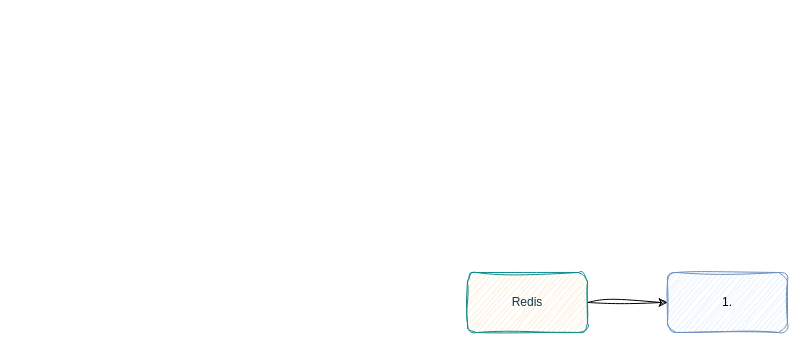
3anLouYouGu1/JavaReview keeps this draw.io diagram as 50.Redis/Redis.drawio. Above is the earlier version. Source tidied: cells renumbered, new cells numbered last; positions are measured from the earlier drawing's top-left corner, leaving out a move shared by most shapes. Both pictures are drawn from the tidied source at 100%, with x=0, y=0 at pixel (467, 272).
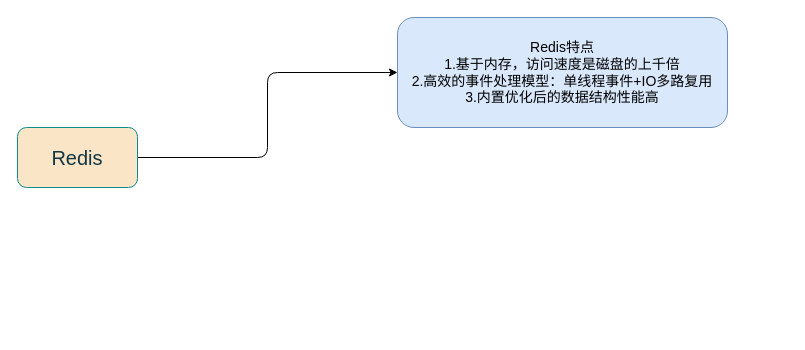
The same page after the edit.

Change to the diagram source:
```diff
@@
 <mxGraphModel>
   <root>
     <mxCell id="0" />
     <mxCell id="1" parent="0" />
-    <mxCell id="2" style="edgeStyle=orthogonalEdgeStyle;rounded=1;sketch=1;hachureGap=4;jiggle=2;curveFitting=1;jettySize=auto;html=1;" parent="1" edge="1" source="3" target="4">
+    <mxCell id="2" style="edgeStyle=orthogonalEdgeStyle;rounded=1;hachureGap=4;jettySize=auto;html=1;" parent="1" edge="1" source="3" target="4">
       <mxGeometry relative="1" as="geometry" />
     </mxCell>
-    <mxCell id="3" value="Redis" style="rounded=1;whiteSpace=wrap;html=1;labelBackgroundColor=none;fillColor=#FAE5C7;strokeColor=#0F8B8D;fontColor=#143642;sketch=1;curveFitting=1;jiggle=2;" parent="1" vertex="1">
-      <mxGeometry width="120" height="60" as="geometry" />
+    <mxCell id="3" value="&lt;font style=&quot;font-size: 20px;&quot;&gt;Redis&lt;/font&gt;" style="rounded=1;whiteSpace=wrap;html=1;labelBackgroundColor=none;fillColor=#FAE5C7;strokeColor=#0F8B8D;fontColor=#143642;" parent="1" vertex="1">
+      <mxGeometry x="-450" y="-145" width="120" height="60" as="geometry" />
     </mxCell>
-    <mxCell id="4" value="1." style="whiteSpace=wrap;html=1;fillColor=#dae8fc;strokeColor=#6c8ebf;rounded=1;labelBackgroundColor=none;sketch=1;curveFitting=1;jiggle=2;" parent="1" vertex="1">
-      <mxGeometry x="200" width="120" height="60" as="geometry" />
+    <mxCell id="4" value="&lt;font style=&quot;font-size: 14px;&quot;&gt;Redis特点&lt;br&gt;1.基于内存，访问速度是磁盘的上千倍&lt;br&gt;&lt;/font&gt;&lt;div style=&quot;font-size: 14px;&quot;&gt;2.高效的事件处理模型：单线程事件+IO多路复用&lt;/div&gt;&lt;div style=&quot;font-size: 14px;&quot;&gt;3.内置优化后的数据结构性能高&lt;/div&gt;" style="whiteSpace=wrap;html=1;fillColor=#dae8fc;strokeColor=#6c8ebf;rounded=1;labelBackgroundColor=none;glass=0;" parent="1" vertex="1">
+      <mxGeometry x="-70" y="-255" width="330" height="110" as="geometry" />
     </mxCell>
   </root>
 </mxGraphModel>
```
